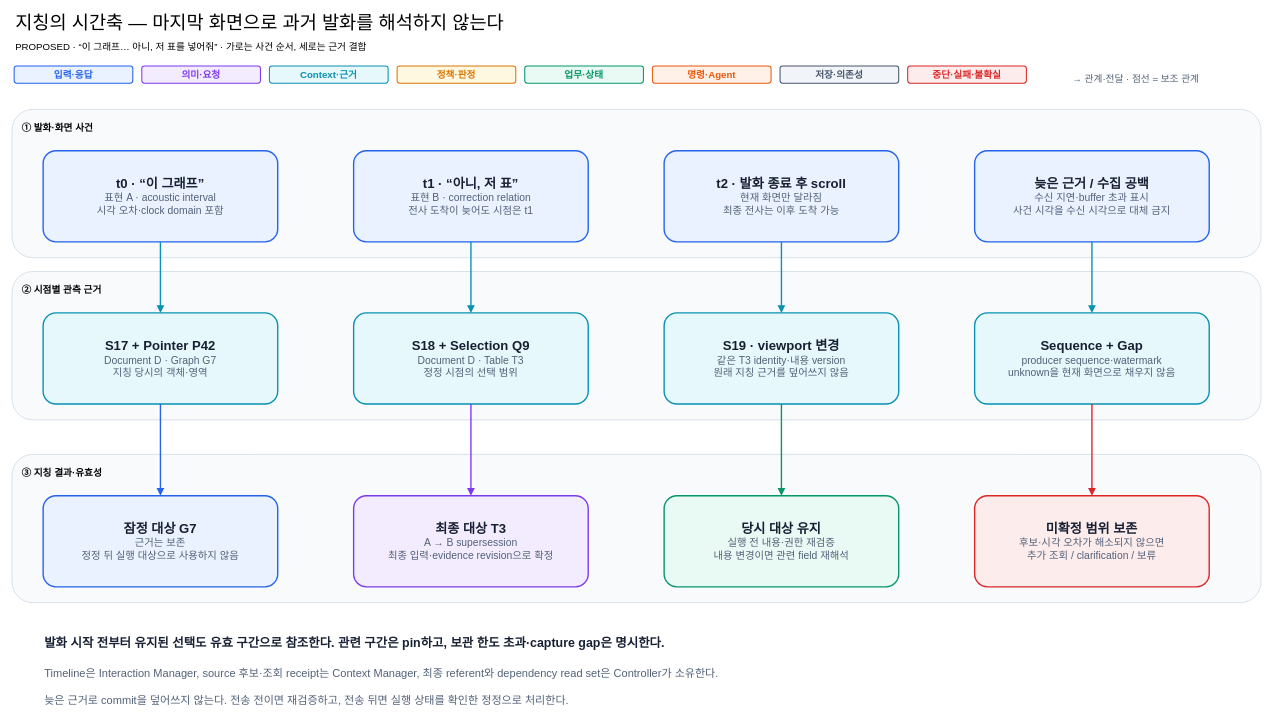
Above: docs/architecture/12-decisions/target-architecture/diagrams/04-interaction-evidence-timeline.drawio in cbyche/via-sw-architecture (draw.io), before the change. Source tidied: cells renumbered, new cells numbered last; positions are measured from the earlier drawing's top-left corner, leaving out a move shared by most shapes. Both pictures are drawn from the tidied source at 69%, with x=0, y=0 at pixel (12, 12).
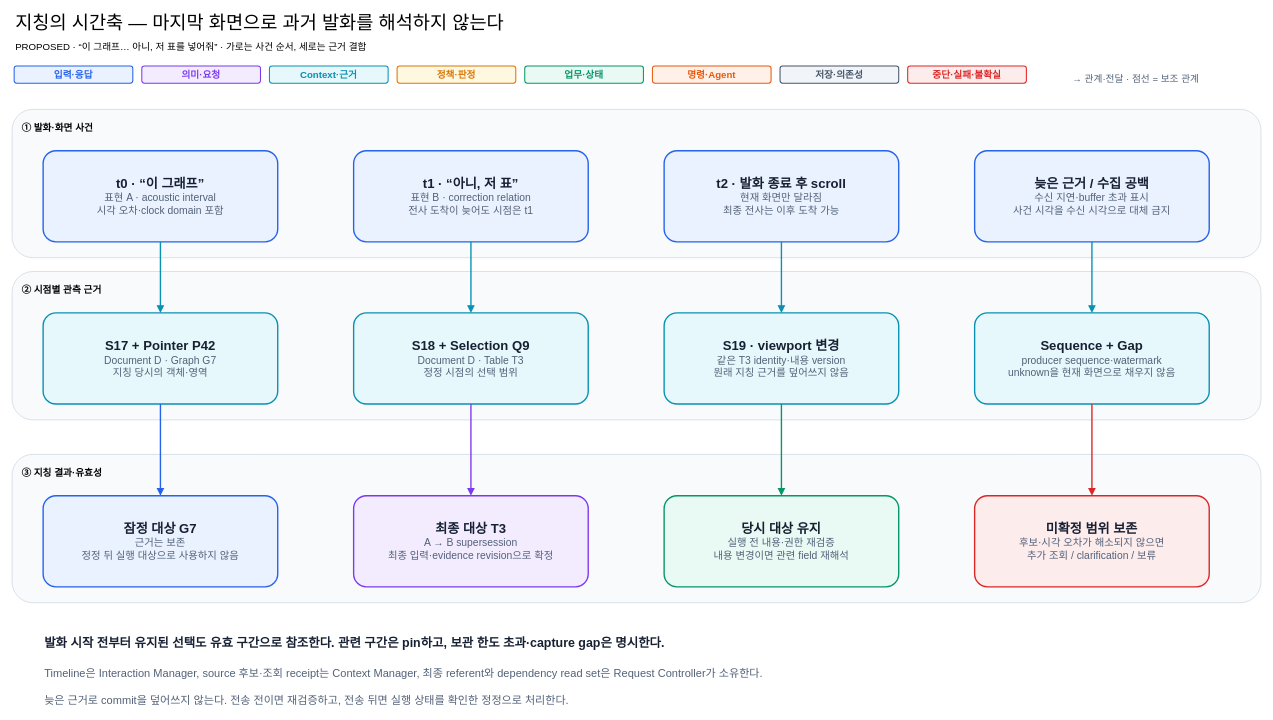
After the change.

The edit, as a diff of the source:
```diff
@@
-    <mxCell id="27" value="Timeline은 Interaction Manager, source 후보·조회 receipt는 Context Manager, 최종 referent와 dependency read set은 Controller가 소유한다." style="text;html=1;strokeColor=none;fillColor=none;align=left;fontSize=16;fontColor=#526178;fontStyle=0;" parent="1" vertex="1">
-      <mxGeometry x="45" y="941" width="1300" height="28" as="geometry" />
+    <mxCell id="27" value="Timeline은 Interaction Manager, source 후보·조회 receipt는 Context Manager, 최종 referent와 dependency read set은 Request Controller가 소유한다." style="text;html=1;strokeColor=none;fillColor=none;align=left;fontSize=16;fontColor=#526178;fontStyle=0;" parent="1" vertex="1">
+      <mxGeometry x="45" y="941" width="1379" height="28" as="geometry" />
     </mxCell>
```
